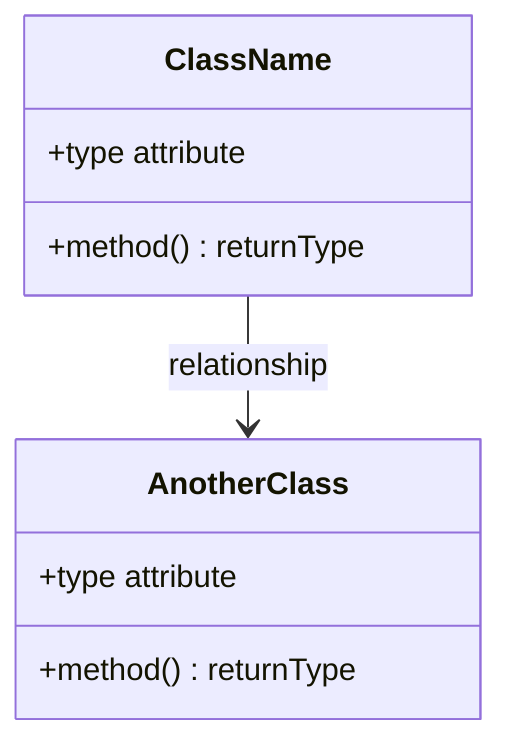
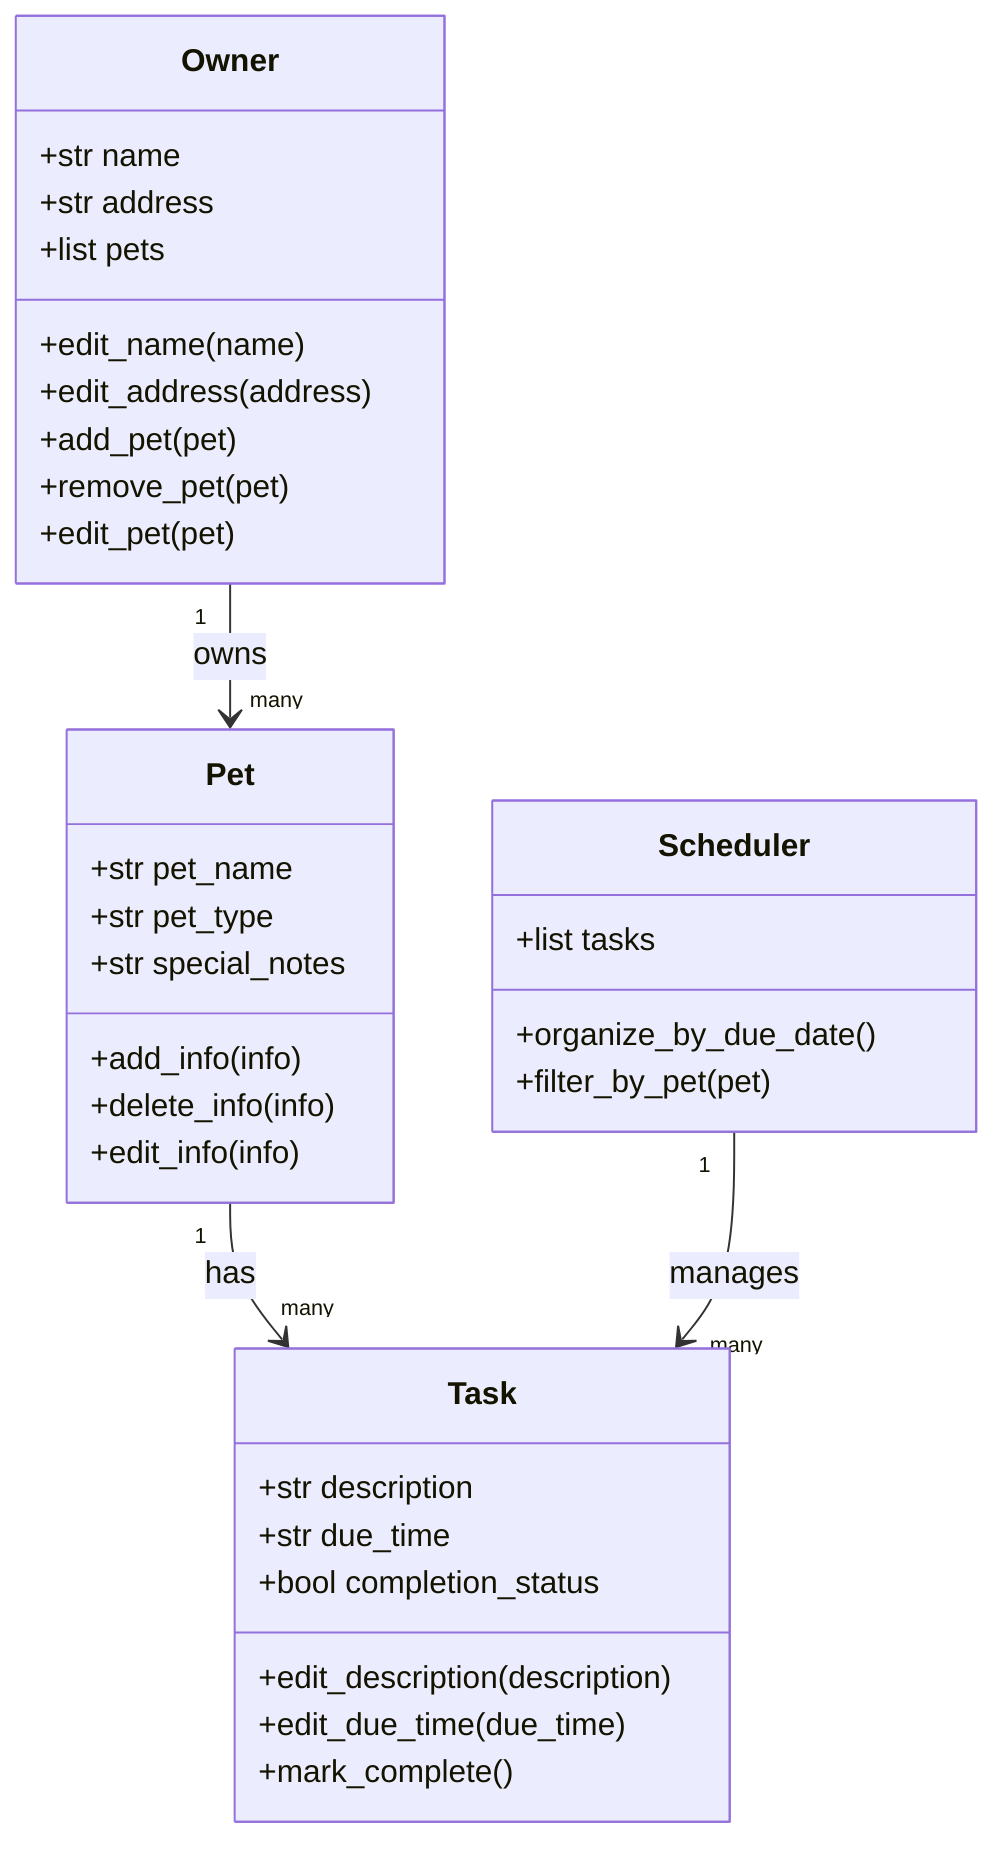
classDiagram
-     %% Replace the placeholders below with your actual classes, attributes, methods, and relationships.
-     %% Keep this file updated so it matches your final implementation.
- 
-     class ClassName {
-         +type attribute
-         +method() returnType
+     class Owner {
+         +str name
+         +str address
+         +list pets
+         +edit_name(name)
+         +edit_address(address)
+         +add_pet(pet)
+         +remove_pet(pet)
+         +edit_pet(pet)
    }

-     class AnotherClass {
-         +type attribute
-         +method() returnType
+     class Pet {
+         +str pet_name
+         +str pet_type
+         +str special_notes
+         +add_info(info)
+         +delete_info(info)
+         +edit_info(info)
    }

-     ClassName --> AnotherClass : relationship
+     class Task {
+         +str description
+         +str due_time
+         +bool completion_status
+         +edit_description(description)
+         +edit_due_time(due_time)
+         +mark_complete()
+     }
+ 
+     class Scheduler {
+         +list tasks
+         +organize_by_due_date()
+         +filter_by_pet(pet)
+     }
+ 
+     Owner "1" --> "many" Pet : owns
+     Pet "1" --> "many" Task : has
+     Scheduler "1" --> "many" Task : manages
